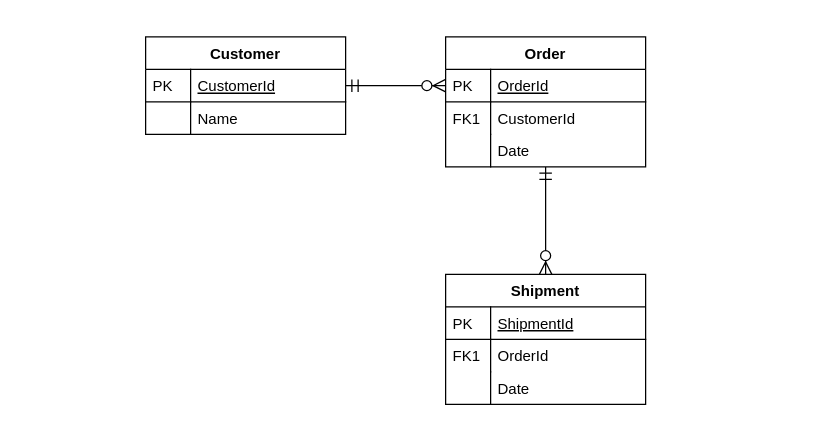
This is Untitled Diagram.drawio from MattCrutchley/shoppinglist, a draw.io file, before an edit. Source tidied: cells renumbered, new cells numbered last; positions are measured from the earlier drawing's top-left corner, leaving out a move shared by most shapes. Both pictures are drawn from the tidied source at 125%, with x=0, y=0 at pixel (145, 36).
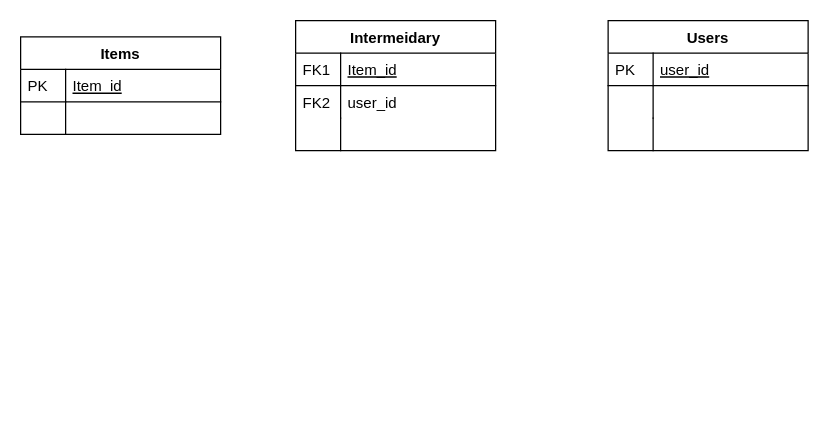
The same page after the edit.

Change to the diagram source:
```diff
@@
-    <mxCell id="2" value="Customer" style="swimlane;fontStyle=1;horizontal=1;startSize=26;rounded=0;shadow=0;strokeWidth=1;" parent="1" vertex="1">
-      <mxGeometry width="160" height="78" as="geometry" />
+    <mxCell id="2" value="Items" style="swimlane;fontStyle=1;horizontal=1;startSize=26;rounded=0;shadow=0;strokeWidth=1;" parent="1" vertex="1">
+      <mxGeometry x="-100" width="160" height="78" as="geometry" />
     </mxCell>
-    <mxCell id="3" value="CustomerId" style="shape=partialRectangle;top=0;left=0;right=0;bottom=1;align=left;verticalAlign=top;fillColor=none;spacingLeft=40;spacingRight=4;overflow=hidden;points=[[0,0.5],[1,0.5]];portConstraint=eastwest;rounded=0;shadow=0;strokeWidth=1;fontStyle=4;" parent="2" vertex="1">
+    <mxCell id="3" value="Item_id" style="shape=partialRectangle;top=0;left=0;right=0;bottom=1;align=left;verticalAlign=top;fillColor=none;spacingLeft=40;spacingRight=4;overflow=hidden;points=[[0,0.5],[1,0.5]];portConstraint=eastwest;rounded=0;shadow=0;strokeWidth=1;fontStyle=4;" parent="2" vertex="1">
       <mxGeometry y="26" width="160" height="26" as="geometry" />
     </mxCell>
@@
-    <mxCell id="5" value="Name" style="shape=partialRectangle;top=0;left=0;right=0;bottom=0;align=left;verticalAlign=top;fillColor=none;spacingLeft=40;spacingRight=4;overflow=hidden;rounded=0;shadow=0;strokeWidth=1;" parent="2" vertex="1">
+    <mxCell id="5" style="shape=partialRectangle;top=0;left=0;right=0;bottom=0;align=left;verticalAlign=top;fillColor=none;spacingLeft=40;spacingRight=4;overflow=hidden;rounded=0;shadow=0;strokeWidth=1;" parent="2" vertex="1">
       <mxGeometry y="52" width="160" height="26" as="geometry" />
     </mxCell>
@@
-    <mxCell id="7" value="Order" style="swimlane;fontStyle=1;horizontal=1;startSize=26;rounded=0;shadow=0;strokeWidth=1;" parent="1" vertex="1">
-      <mxGeometry x="240" width="160" height="104" as="geometry" />
+    <mxCell id="7" value="Intermeidary" style="swimlane;fontStyle=1;horizontal=1;startSize=26;rounded=0;shadow=0;strokeWidth=1;" parent="1" vertex="1">
+      <mxGeometry x="120" y="-13" width="160" height="104" as="geometry" />
     </mxCell>
-    <mxCell id="8" value="OrderId" style="shape=partialRectangle;top=0;left=0;right=0;bottom=1;align=left;verticalAlign=top;fillColor=none;spacingLeft=40;spacingRight=4;overflow=hidden;points=[[0,0.5],[1,0.5]];portConstraint=eastwest;rounded=0;shadow=0;strokeWidth=1;fontStyle=4;" parent="7" vertex="1">
+    <mxCell id="8" value="Item_id" style="shape=partialRectangle;top=0;left=0;right=0;bottom=1;align=left;verticalAlign=top;fillColor=none;spacingLeft=40;spacingRight=4;overflow=hidden;points=[[0,0.5],[1,0.5]];portConstraint=eastwest;rounded=0;shadow=0;strokeWidth=1;fontStyle=4;" parent="7" vertex="1">
       <mxGeometry y="26" width="160" height="26" as="geometry" />
     </mxCell>
-    <mxCell id="9" value="PK" style="shape=partialRectangle;top=0;left=0;bottom=0;fillColor=none;align=left;verticalAlign=top;spacingLeft=4;spacingRight=4;overflow=hidden;" parent="8" vertex="1">
+    <mxCell id="9" value="FK1" style="shape=partialRectangle;top=0;left=0;bottom=0;fillColor=none;align=left;verticalAlign=top;spacingLeft=4;spacingRight=4;overflow=hidden;" parent="8" vertex="1">
       <mxGeometry width="36" height="26" as="geometry" />
     </mxCell>
-    <mxCell id="10" value="CustomerId" style="shape=partialRectangle;top=0;left=0;right=0;bottom=0;align=left;verticalAlign=top;fillColor=none;spacingLeft=40;spacingRight=4;overflow=hidden;rounded=0;shadow=0;strokeWidth=1;" parent="7" vertex="1">
+    <mxCell id="10" value="user_id" style="shape=partialRectangle;top=0;left=0;right=0;bottom=0;align=left;verticalAlign=top;fillColor=none;spacingLeft=40;spacingRight=4;overflow=hidden;rounded=0;shadow=0;strokeWidth=1;" parent="7" vertex="1">
       <mxGeometry y="52" width="160" height="26" as="geometry" />
     </mxCell>
-    <mxCell id="11" value="FK1" style="shape=partialRectangle;top=0;left=0;bottom=0;fillColor=none;align=left;verticalAlign=top;spacingLeft=4;spacingRight=4;overflow=hidden;" parent="10" vertex="1">
+    <mxCell id="11" value="FK2" style="shape=partialRectangle;top=0;left=0;bottom=0;fillColor=none;align=left;verticalAlign=top;spacingLeft=4;spacingRight=4;overflow=hidden;" parent="10" vertex="1">
       <mxGeometry width="36" height="26" as="geometry" />
     </mxCell>
-    <mxCell id="12" value="Date" style="shape=partialRectangle;top=0;left=0;right=0;bottom=0;align=left;verticalAlign=top;fillColor=none;spacingLeft=40;spacingRight=4;overflow=hidden;rounded=0;shadow=0;strokeWidth=1;" parent="7" vertex="1">
+    <mxCell id="12" style="shape=partialRectangle;top=0;left=0;right=0;bottom=0;align=left;verticalAlign=top;fillColor=none;spacingLeft=40;spacingRight=4;overflow=hidden;rounded=0;shadow=0;strokeWidth=1;" parent="7" vertex="1">
       <mxGeometry y="78" width="160" height="26" as="geometry" />
     </mxCell>
@@
-    <mxCell id="14" style="edgeStyle=orthogonalEdgeStyle;endArrow=ERzeroToMany;startArrow=ERmandOne;shadow=0;strokeWidth=1;endSize=8;startSize=8;" parent="1" edge="1" source="3" target="8">
-      <mxGeometry relative="1" as="geometry" />
-    </mxCell>
-    <mxCell id="15" value="Shipment" style="swimlane;fontStyle=1;horizontal=1;startSize=26;rounded=0;shadow=0;strokeWidth=1;" parent="1" vertex="1">
-      <mxGeometry x="240" y="190" width="160" height="104" as="geometry" />
+    <mxCell id="15" value="Users" style="swimlane;fontStyle=1;horizontal=1;startSize=26;rounded=0;shadow=0;strokeWidth=1;" parent="1" vertex="1">
+      <mxGeometry x="370" y="-13" width="160" height="104" as="geometry" />
     </mxCell>
-    <mxCell id="16" value="ShipmentId" style="shape=partialRectangle;top=0;left=0;right=0;bottom=1;align=left;verticalAlign=top;fillColor=none;spacingLeft=40;spacingRight=4;overflow=hidden;rounded=0;shadow=0;strokeWidth=1;fontStyle=4;" parent="15" vertex="1">
+    <mxCell id="16" value="user_id" style="shape=partialRectangle;top=0;left=0;right=0;bottom=1;align=left;verticalAlign=top;fillColor=none;spacingLeft=40;spacingRight=4;overflow=hidden;rounded=0;shadow=0;strokeWidth=1;fontStyle=4;" parent="15" vertex="1">
       <mxGeometry y="26" width="160" height="26" as="geometry" />
     </mxCell>
@@
-    <mxCell id="18" value="OrderId" style="shape=partialRectangle;top=0;left=0;right=0;bottom=0;align=left;verticalAlign=top;fillColor=none;spacingLeft=40;spacingRight=4;overflow=hidden;rounded=0;shadow=0;strokeWidth=1;" parent="15" vertex="1">
+    <mxCell id="18" style="shape=partialRectangle;top=0;left=0;right=0;bottom=0;align=left;verticalAlign=top;fillColor=none;spacingLeft=40;spacingRight=4;overflow=hidden;rounded=0;shadow=0;strokeWidth=1;" parent="15" vertex="1">
       <mxGeometry y="52" width="160" height="26" as="geometry" />
     </mxCell>
-    <mxCell id="19" value="FK1" style="shape=partialRectangle;top=0;left=0;bottom=0;fillColor=none;align=left;verticalAlign=top;spacingLeft=4;spacingRight=4;overflow=hidden;" parent="18" vertex="1">
+    <mxCell id="19" style="shape=partialRectangle;top=0;left=0;bottom=0;fillColor=none;align=left;verticalAlign=top;spacingLeft=4;spacingRight=4;overflow=hidden;" parent="18" vertex="1">
       <mxGeometry width="36" height="26" as="geometry" />
     </mxCell>
-    <mxCell id="20" value="Date" style="shape=partialRectangle;top=0;left=0;right=0;bottom=0;align=left;verticalAlign=top;fillColor=none;spacingLeft=40;spacingRight=4;overflow=hidden;rounded=0;shadow=0;strokeWidth=1;" parent="15" vertex="1">
+    <mxCell id="20" style="shape=partialRectangle;top=0;left=0;right=0;bottom=0;align=left;verticalAlign=top;fillColor=none;spacingLeft=40;spacingRight=4;overflow=hidden;rounded=0;shadow=0;strokeWidth=1;" parent="15" vertex="1">
       <mxGeometry y="78" width="160" height="26" as="geometry" />
     </mxCell>
@@
-    <mxCell id="22" style="edgeStyle=orthogonalEdgeStyle;endArrow=ERzeroToMany;startArrow=ERmandOne;shadow=0;strokeWidth=1;endSize=8;startSize=8;" parent="1" edge="1" source="7" target="15">
-      <mxGeometry relative="1" as="geometry" />
-    </mxCell>
```
